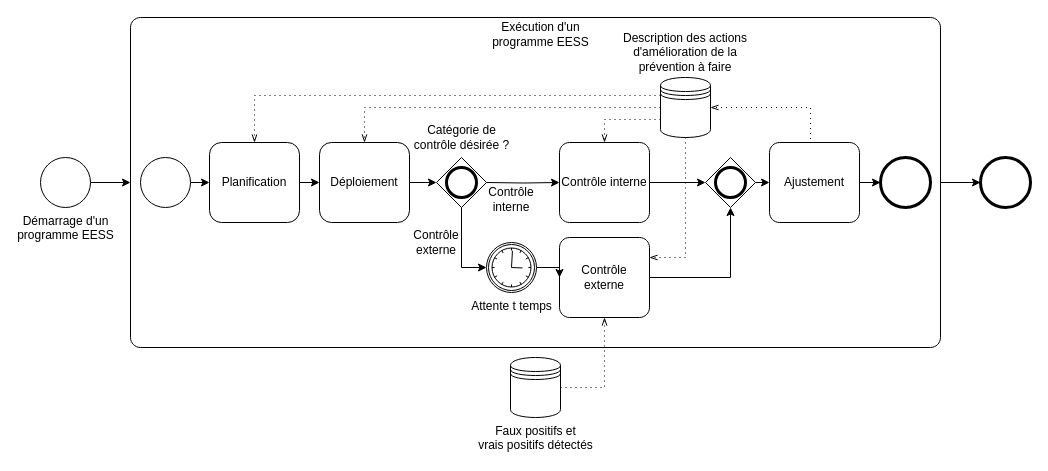
Above: contribution/prevention_continue.drawio in netmme/cyber-diagramme-d-activites (draw.io), before the change. Source tidied: cells renumbered, new cells numbered last; positions are measured from the earlier drawing's top-left corner, leaving out a move shared by most shapes. Both pictures are drawn from the tidied source at 100%, with x=0, y=0 at pixel (40, 17).
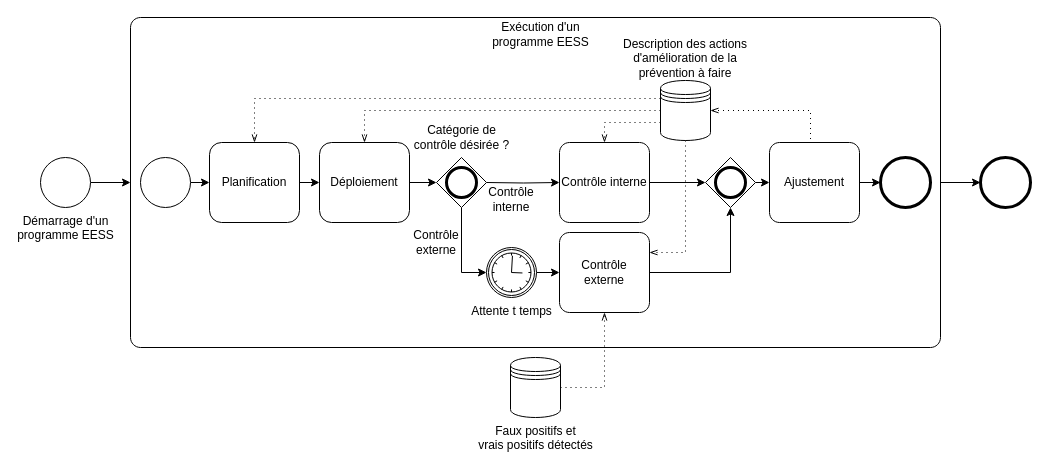
Above is the later version.

What changed in the source:
```diff
@@
     <mxCell id="17" value="Contrôle externe" style="points=[[0.25,0,0],[0.5,0,0],[0.75,0,0],[1,0.25,0],[1,0.5,0],[1,0.75,0],[0.75,1,0],[0.5,1,0],[0.25,1,0],[0,0.75,0],[0,0.5,0],[0,0.25,0]];shape=mxgraph.bpmn.task;whiteSpace=wrap;rectStyle=rounded;size=10;html=1;taskMarker=abstract;" parent="1" vertex="1">
-      <mxGeometry x="519" y="220" width="90" height="80" as="geometry" />
+      <mxGeometry x="519" y="215" width="90" height="80" as="geometry" />
     </mxCell>
@@
-    <mxCell id="19" style="edgeStyle=orthogonalEdgeStyle;rounded=0;jettySize=auto;html=1;exitX=1;exitY=0.5;exitDx=0;exitDy=0;exitPerimeter=0;entryX=0;entryY=0.5;entryDx=0;entryDy=0;entryPerimeter=0;" parent="1" edge="1" target="17">
-      <mxGeometry relative="1" as="geometry">
-        <mxPoint x="496" y="250" as="sourcePoint" />
-      </mxGeometry>
+    <mxCell id="19" style="edgeStyle=orthogonalEdgeStyle;rounded=0;jettySize=auto;html=1;exitX=1;exitY=0.5;exitDx=0;exitDy=0;exitPerimeter=0;entryX=0;entryY=0.5;entryDx=0;entryDy=0;entryPerimeter=0;" parent="1" edge="1" source="39" target="17">
+      <mxGeometry relative="1" as="geometry" />
     </mxCell>
@@
     <mxCell id="31" style="shape=datastore;html=1;labelPosition=center;verticalLabelPosition=bottom;align=center;verticalAlign=top;" parent="1" vertex="1">
-      <mxGeometry x="620" y="60" width="50" height="60" as="geometry" />
+      <mxGeometry x="620" y="63" width="50" height="60" as="geometry" />
     </mxCell>
@@
     <mxCell id="37" value="Description des actions d'amélioration de la prévention à faire" style="text;html=1;strokeColor=none;fillColor=none;align=center;verticalAlign=middle;whiteSpace=wrap;rounded=0;" parent="1" vertex="1">
-      <mxGeometry x="580" y="20" width="130" height="30" as="geometry" />
+      <mxGeometry x="580" y="26" width="130" height="30" as="geometry" />
     </mxCell>
@@
     <mxCell id="39" value="Attente t temps" style="points=[[0.145,0.145,0],[0.5,0,0],[0.855,0.145,0],[1,0.5,0],[0.855,0.855,0],[0.5,1,0],[0.145,0.855,0],[0,0.5,0]];shape=mxgraph.bpmn.event;html=1;verticalLabelPosition=bottom;labelBackgroundColor=#ffffff;verticalAlign=top;align=center;perimeter=ellipsePerimeter;outlineConnect=0;outline=catching;symbol=timer;" parent="1" vertex="1">
-      <mxGeometry x="446" y="225" width="50" height="50" as="geometry" />
+      <mxGeometry x="446" y="230" width="50" height="50" as="geometry" />
     </mxCell>
```
